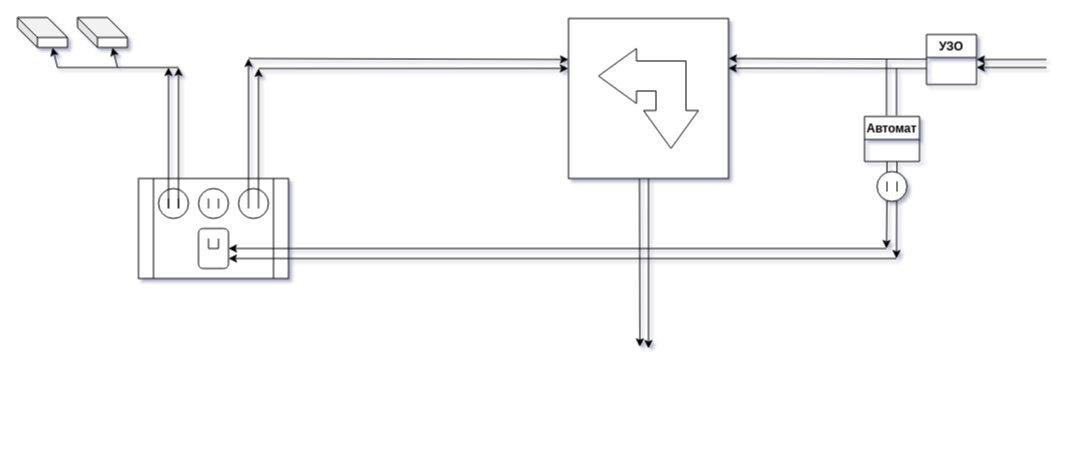
This is Диаграмма без названия.drawio from TheOldestJun/TheOldestJun, a draw.io file, before an edit. Source tidied: cells renumbered, new cells numbered last; positions are measured from the earlier drawing's top-left corner, leaving out a move shared by most shapes. Both pictures are drawn from the tidied source at 100%, with x=0, y=0 at pixel (17, 17).
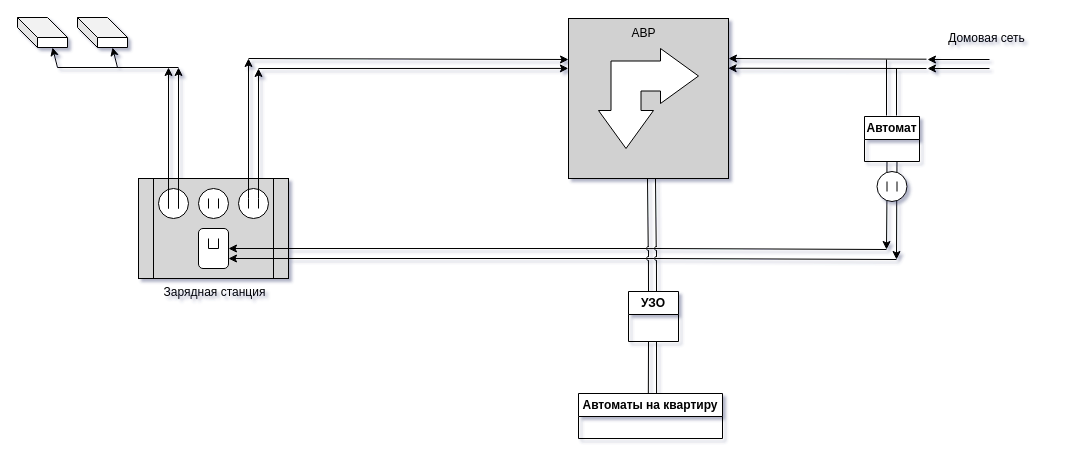
After the change.

The change refers to these unchanged cells:
```xml
<mxCell id="6" style="rounded=1;whiteSpace=wrap;html=1;" parent="1" vertex="1">
  <mxGeometry x="181" y="211" width="30" height="40" as="geometry" />
</mxCell>
<mxCell id="40" style="ellipse;whiteSpace=wrap;html=1;" parent="1" vertex="1">
  <mxGeometry x="859.5" y="154" width="30" height="30" as="geometry" />
</mxCell>
```

Change to the diagram source:
```diff
@@
-    <mxCell id="2" style="shape=process;whiteSpace=wrap;html=1;backgroundOutline=1;" parent="1" vertex="1">
+    <mxCell id="2" style="shape=process;whiteSpace=wrap;html=1;backgroundOutline=1;fillColor=#D6D6D6;" parent="1" vertex="1">
       <mxGeometry x="121" y="161" width="150" height="100" as="geometry" />
     </mxCell>
@@
-    <mxCell id="7" style="endArrow=classic;html=1;rounded=0;entryX=1;entryY=0.75;entryDx=0;entryDy=0;" parent="1" edge="1" target="6">
-      <mxGeometry relative="1" as="geometry">
-        <mxPoint x="879" y="241" as="sourcePoint" />
-      </mxGeometry>
+    <mxCell id="7" style="endArrow=classic;html=1;rounded=0;entryX=1;entryY=0.75;entryDx=0;entryDy=0;" parent="1" edge="1" source="50" target="6">
+      <mxGeometry relative="1" as="geometry" />
     </mxCell>
-    <mxCell id="8" style="endArrow=classic;html=1;rounded=0;entryX=1;entryY=0.5;entryDx=0;entryDy=0;" parent="1" edge="1" target="6">
-      <mxGeometry relative="1" as="geometry">
-        <mxPoint x="869" y="231" as="sourcePoint" />
-      </mxGeometry>
+    <mxCell id="8" style="endArrow=classic;html=1;rounded=0;entryX=1;entryY=0.5;entryDx=0;entryDy=0;" parent="1" edge="1" source="51" target="6">
+      <mxGeometry relative="1" as="geometry" />
     </mxCell>
@@
-    <mxCell id="29" style="whiteSpace=wrap;html=1;" parent="1" vertex="1">
+    <mxCell id="29" style="whiteSpace=wrap;html=1;gradientColor=none;fillColor=#D1D1D1;" parent="1" vertex="1">
       <mxGeometry x="551" y="1" width="160" height="160" as="geometry" />
     </mxCell>
@@
-    <mxCell id="34" style="endArrow=classic;html=1;rounded=0;exitX=0.391;exitY=1.01;exitDx=0;exitDy=0;exitPerimeter=0;" parent="1" edge="1">
-      <mxGeometry relative="1" as="geometry">
-        <mxPoint x="622" y="161" as="sourcePoint" />
-        <mxPoint x="622.4" y="329.4" as="targetPoint" />
-      </mxGeometry>
-    </mxCell>
-    <mxCell id="35" style="endArrow=classic;html=1;rounded=0;exitX=0.5;exitY=1;exitDx=0;exitDy=0;" parent="1" edge="1" source="29">
-      <mxGeometry relative="1" as="geometry">
-        <mxPoint x="631" y="331" as="targetPoint" />
-      </mxGeometry>
-    </mxCell>
-    <mxCell id="36" style="html=1;shadow=0;dashed=0;align=center;verticalAlign=middle;shape=mxgraph.arrows2.bendDoubleArrow;dy=15;dx=38;arrowHead=55;rounded=0;rotation=90;" parent="1" vertex="1">
+    <mxCell id="36" style="html=1;shadow=0;dashed=0;align=center;verticalAlign=middle;shape=mxgraph.arrows2.bendDoubleArrow;dy=15;dx=38;arrowHead=55;rounded=0;rotation=0;" parent="1" vertex="1">
       <mxGeometry x="581" y="31" width="100" height="100" as="geometry" />
     </mxCell>
     <mxCell id="37" value="УЗО" style="swimlane;whiteSpace=wrap;html=1;" parent="1" vertex="1">
-      <mxGeometry x="909" y="17" width="50" height="50" as="geometry" />
+      <mxGeometry x="611" y="274" width="50" height="50" as="geometry" />
     </mxCell>
-    <mxCell id="38" style="endArrow=classic;html=1;rounded=0;entryX=1;entryY=0.5;entryDx=0;entryDy=0;" parent="1" edge="1" target="37">
+    <mxCell id="38" style="endArrow=classic;html=1;rounded=0;" parent="1" edge="1">
       <mxGeometry relative="1" as="geometry">
-        <mxPoint x="1029" y="42" as="sourcePoint" />
+        <mxPoint x="972" y="42" as="sourcePoint" />
+        <mxPoint x="910" y="42" as="targetPoint" />
       </mxGeometry>
     </mxCell>
     <mxCell id="39" style="endArrow=classic;html=1;rounded=0;" parent="1" edge="1">
       <mxGeometry relative="1" as="geometry">
-        <mxPoint x="1029" y="50" as="sourcePoint" />
-        <mxPoint x="959" y="50" as="targetPoint" />
+        <mxPoint x="972" y="51" as="sourcePoint" />
+        <mxPoint x="910" y="51" as="targetPoint" />
       </mxGeometry>
     </mxCell>
@@
     <mxCell id="46" style="endArrow=classic;html=1;rounded=0;exitX=0.331;exitY=0.974;exitDx=0;exitDy=0;exitPerimeter=0;" parent="1" edge="1" source="40">
       <mxGeometry relative="1" as="geometry">
-        <mxPoint x="869" y="231" as="targetPoint" />
+        <mxPoint x="869" y="232" as="targetPoint" />
       </mxGeometry>
     </mxCell>
     <mxCell id="47" style="endArrow=classic;html=1;rounded=0;exitX=0.658;exitY=0.978;exitDx=0;exitDy=0;exitPerimeter=0;" parent="1" edge="1" source="40">
       <mxGeometry relative="1" as="geometry">
-        <mxPoint x="879" y="241" as="targetPoint" />
+        <mxPoint x="879" y="242" as="targetPoint" />
       </mxGeometry>
     </mxCell>
+    <mxCell id="48" value="Автоматы на квартиру" style="swimlane;whiteSpace=wrap;html=1;" parent="1" vertex="1">
+      <mxGeometry x="561" y="376" width="144" height="45" as="geometry" />
+    </mxCell>
+    <mxCell id="49" style="endArrow=none;html=1;rounded=0;entryX=0.487;entryY=1.001;entryDx=0;entryDy=0;entryPerimeter=0;" parent="1" edge="1" target="50">
+      <mxGeometry relative="1" as="geometry">
+        <mxPoint x="631" y="274" as="sourcePoint" />
+      </mxGeometry>
+    </mxCell>
+    <mxCell id="50" style="verticalLabelPosition=bottom;verticalAlign=top;html=1;shape=mxgraph.basic.arc;startAngle=0.4760676439328775;endAngle=0.019007703923974835;" parent="1" vertex="1">
+      <mxGeometry x="629" y="239" width="4" height="4" as="geometry" />
+    </mxCell>
+    <mxCell id="51" style="verticalLabelPosition=bottom;verticalAlign=top;html=1;shape=mxgraph.basic.arc;startAngle=0.4760676439328775;endAngle=0.019007703923974835;" parent="1" vertex="1">
+      <mxGeometry x="629" y="229" width="4" height="4" as="geometry" />
+    </mxCell>
+    <mxCell id="52" style="endArrow=none;html=1;rounded=0;exitX=0.5;exitY=0.048;exitDx=0;exitDy=0;exitPerimeter=0;" parent="1" edge="1" source="50">
+      <mxGeometry relative="1" as="geometry">
+        <mxPoint x="631" y="233" as="targetPoint" />
+      </mxGeometry>
+    </mxCell>
+    <mxCell id="53" style="endArrow=none;html=1;rounded=0;exitX=0.428;exitY=0.081;exitDx=0;exitDy=0;exitPerimeter=0;" parent="1" edge="1" source="51">
+      <mxGeometry relative="1" as="geometry">
+        <mxPoint x="630" y="161" as="targetPoint" />
+      </mxGeometry>
+    </mxCell>
+    <mxCell id="54" style="endArrow=none;html=1;rounded=0;entryX=0.487;entryY=1.001;entryDx=0;entryDy=0;entryPerimeter=0;" parent="1" edge="1" target="55">
+      <mxGeometry relative="1" as="geometry">
+        <mxPoint x="639" y="274" as="sourcePoint" />
+      </mxGeometry>
+    </mxCell>
+    <mxCell id="55" style="verticalLabelPosition=bottom;verticalAlign=top;html=1;shape=mxgraph.basic.arc;startAngle=0.4760676439328775;endAngle=0.019007703923974835;" parent="1" vertex="1">
+      <mxGeometry x="637" y="239" width="4" height="4" as="geometry" />
+    </mxCell>
+    <mxCell id="56" style="verticalLabelPosition=bottom;verticalAlign=top;html=1;shape=mxgraph.basic.arc;startAngle=0.4760676439328775;endAngle=0.019007703923974835;" parent="1" vertex="1">
+      <mxGeometry x="637" y="229" width="4" height="4" as="geometry" />
+    </mxCell>
+    <mxCell id="57" style="endArrow=none;html=1;rounded=0;exitX=0.5;exitY=0.048;exitDx=0;exitDy=0;exitPerimeter=0;" parent="1" edge="1" source="55">
+      <mxGeometry relative="1" as="geometry">
+        <mxPoint x="639" y="233" as="targetPoint" />
+      </mxGeometry>
+    </mxCell>
+    <mxCell id="58" style="endArrow=none;html=1;rounded=0;exitX=0.428;exitY=0.081;exitDx=0;exitDy=0;exitPerimeter=0;" parent="1" edge="1" source="56">
+      <mxGeometry relative="1" as="geometry">
+        <mxPoint x="638" y="161" as="targetPoint" />
+      </mxGeometry>
+    </mxCell>
+    <mxCell id="59" style="endArrow=none;html=1;rounded=0;exitX=-0.083;exitY=0.5;exitDx=0;exitDy=0;exitPerimeter=0;" parent="1" edge="1" source="56">
+      <mxGeometry relative="1" as="geometry">
+        <mxPoint x="869" y="232" as="targetPoint" />
+      </mxGeometry>
+    </mxCell>
+    <mxCell id="60" style="endArrow=none;html=1;rounded=0;exitX=-0.083;exitY=0.5;exitDx=0;exitDy=0;exitPerimeter=0;" parent="1" edge="1">
+      <mxGeometry relative="1" as="geometry">
+        <mxPoint x="637.3" y="241" as="sourcePoint" />
+        <mxPoint x="879" y="242" as="targetPoint" />
+      </mxGeometry>
+    </mxCell>
+    <mxCell id="61" style="endArrow=none;html=1;rounded=0;entryX=0.487;entryY=1.001;entryDx=0;entryDy=0;entryPerimeter=0;exitX=0.485;exitY=0.006;exitDx=0;exitDy=0;exitPerimeter=0;" parent="1" edge="1" source="48">
+      <mxGeometry relative="1" as="geometry">
+        <mxPoint x="631" y="324" as="targetPoint" />
+      </mxGeometry>
+    </mxCell>
+    <mxCell id="62" style="endArrow=none;html=1;rounded=0;entryX=0.487;entryY=1.001;entryDx=0;entryDy=0;entryPerimeter=0;exitX=0.542;exitY=0;exitDx=0;exitDy=0;exitPerimeter=0;" parent="1" edge="1" source="48">
+      <mxGeometry relative="1" as="geometry">
+        <mxPoint x="639" y="324" as="targetPoint" />
+      </mxGeometry>
+    </mxCell>
+    <mxCell id="63" style="endArrow=none;html=1;rounded=0;entryX=0.005;entryY=0.517;entryDx=0;entryDy=0;entryPerimeter=0;exitX=0.025;exitY=0.517;exitDx=0;exitDy=0;exitPerimeter=0;" parent="1" edge="1" source="51" target="56">
+      <mxGeometry relative="1" as="geometry" />
+    </mxCell>
+    <mxCell id="64" style="endArrow=none;html=1;rounded=0;entryX=0.005;entryY=0.517;entryDx=0;entryDy=0;entryPerimeter=0;exitX=0.025;exitY=0.517;exitDx=0;exitDy=0;exitPerimeter=0;" parent="1" edge="1">
+      <mxGeometry relative="1" as="geometry">
+        <mxPoint x="629" y="241" as="sourcePoint" />
+        <mxPoint x="637" y="241" as="targetPoint" />
+      </mxGeometry>
+    </mxCell>
+    <mxCell id="65" value="Домовая сеть" style="text;html=1;align=center;verticalAlign=middle;strokeColor=none;fillColor=none;" parent="1" vertex="1">
+      <mxGeometry x="921" y="7" width="96" height="27" as="geometry" />
+    </mxCell>
+    <mxCell id="66" value="АВР" style="text;html=1;align=center;verticalAlign=middle;strokeColor=none;fillColor=none;" parent="1" vertex="1">
+      <mxGeometry x="604" y="2" width="43" height="27" as="geometry" />
+    </mxCell>
+    <mxCell id="67" value="Зарядная станция" style="text;html=1;align=center;verticalAlign=middle;strokeColor=none;fillColor=none;" parent="1" vertex="1">
+      <mxGeometry x="136" y="261" width="121" height="27" as="geometry" />
+    </mxCell>
```
